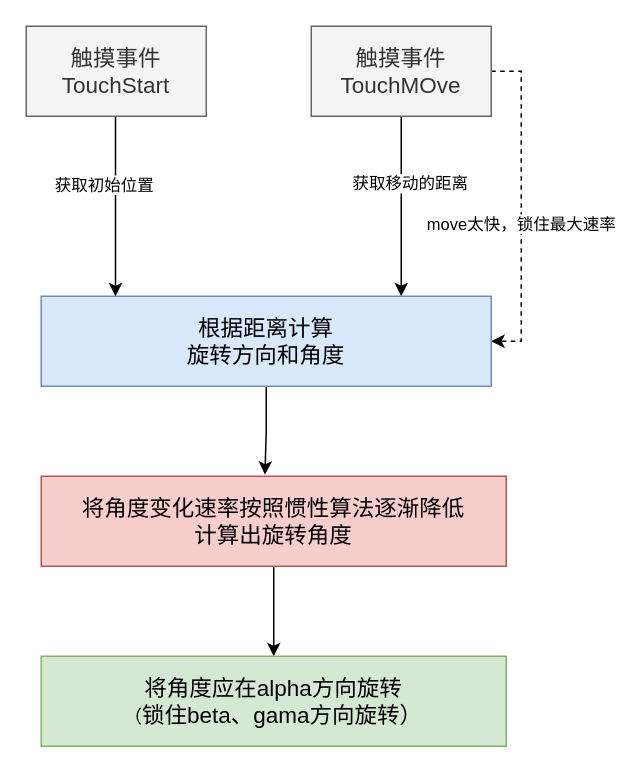
The draw.io diagram rotate.drawio in SkylarShuang/learnSM, before the edit. Source tidied: cells renumbered, new cells numbered last; positions are measured from the earlier drawing's top-left corner, leaving out a move shared by most shapes. Both pictures are drawn from the tidied source at 150%, with x=0, y=0 at pixel (26, 26).
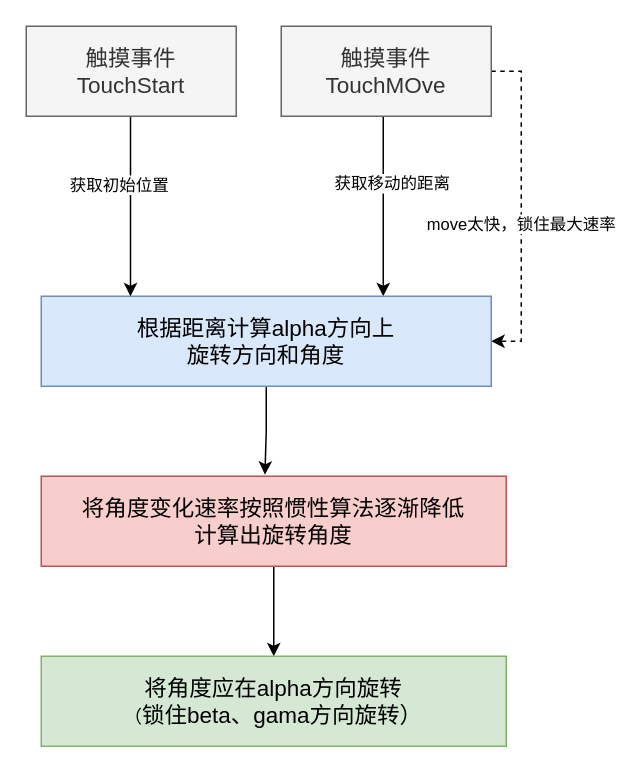
The same page after the edit.

The edit, as a diff of the source:
```diff
@@
-    <mxCell id="2" style="edgeStyle=orthogonalEdgeStyle;rounded=0;jettySize=auto;html=1;" parent="1" edge="1" source="6" target="8">
+    <mxCell id="2" style="edgeStyle=orthogonalEdgeStyle;rounded=0;orthogonalLoop=1;jettySize=auto;html=1;" parent="1" edge="1">
       <mxGeometry relative="1" as="geometry">
+        <mxPoint x="238" y="60" as="sourcePoint" />
+        <mxPoint x="238" y="180" as="targetPoint" />
         <Array as="points">
-          <mxPoint x="250" y="150" />
-          <mxPoint x="250" y="150" />
+          <mxPoint x="238" y="150" />
+          <mxPoint x="238" y="150" />
         </Array>
       </mxGeometry>
     </mxCell>
@@
     <mxCell id="6" value="&lt;font style=&quot;font-size: 15px;&quot;&gt;触摸事件&lt;br&gt;TouchMOve&lt;br&gt;&lt;/font&gt;" style="rounded=0;whiteSpace=wrap;html=1;fillColor=#f5f5f5;fontColor=#333333;strokeColor=#666666;" parent="1" vertex="1">
-      <mxGeometry x="190" width="120" height="60" as="geometry" />
+      <mxGeometry x="170" width="140" height="60" as="geometry" />
     </mxCell>
@@
-    <mxCell id="8" value="&lt;font style=&quot;font-size: 15px;&quot;&gt;根据距离计算&lt;br&gt;旋转方向和角度&lt;/font&gt;" style="rounded=0;whiteSpace=wrap;html=1;fillColor=#dae8fc;strokeColor=#6c8ebf;" parent="1" vertex="1">
+    <mxCell id="8" value="&lt;font style=&quot;font-size: 15px;&quot;&gt;根据距离计算alpha方向上&lt;br&gt;旋转方向和角度&lt;/font&gt;" style="rounded=0;whiteSpace=wrap;html=1;fillColor=#dae8fc;strokeColor=#6c8ebf;" parent="1" vertex="1">
       <mxGeometry x="10" y="180" width="300" height="60" as="geometry" />
     </mxCell>
@@
     <mxCell id="11" style="edgeStyle=orthogonalEdgeStyle;rounded=0;orthogonalLoop=1;jettySize=auto;html=1;" parent="1" edge="1">
       <mxGeometry relative="1" as="geometry">
-        <mxPoint x="59.5" y="60" as="sourcePoint" />
-        <mxPoint x="59.5" y="180" as="targetPoint" />
+        <mxPoint x="69.5" y="60" as="sourcePoint" />
+        <mxPoint x="69.5" y="180" as="targetPoint" />
       </mxGeometry>
     </mxCell>
@@
     <mxCell id="13" value="&lt;font style=&quot;font-size: 15px;&quot;&gt;触摸事件&lt;br&gt;TouchStart&lt;br&gt;&lt;/font&gt;" style="rounded=0;whiteSpace=wrap;html=1;fillColor=#f5f5f5;fontColor=#333333;strokeColor=#666666;" parent="1" vertex="1">
-      <mxGeometry width="120" height="60" as="geometry" />
+      <mxGeometry width="140" height="60" as="geometry" />
     </mxCell>
```
